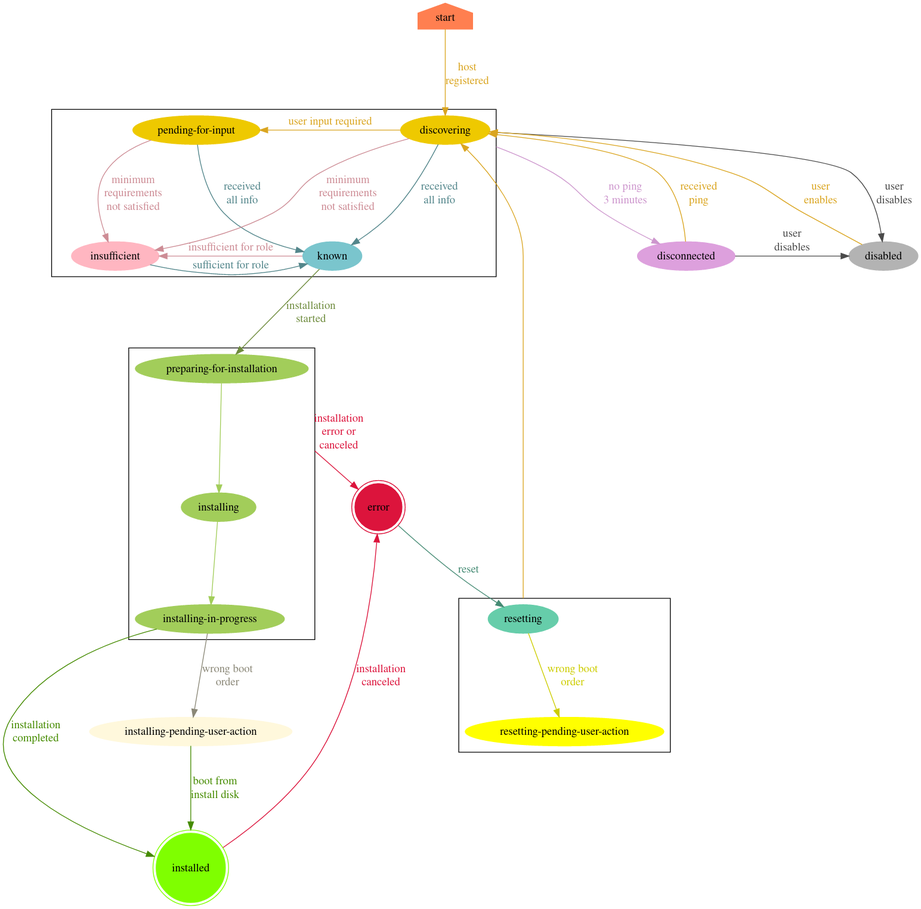
Above: docs/HostStatus.png in openshift/assisted-service (Graphviz), before the change. Its source is kept beside it as docs/HostStatus.dot.
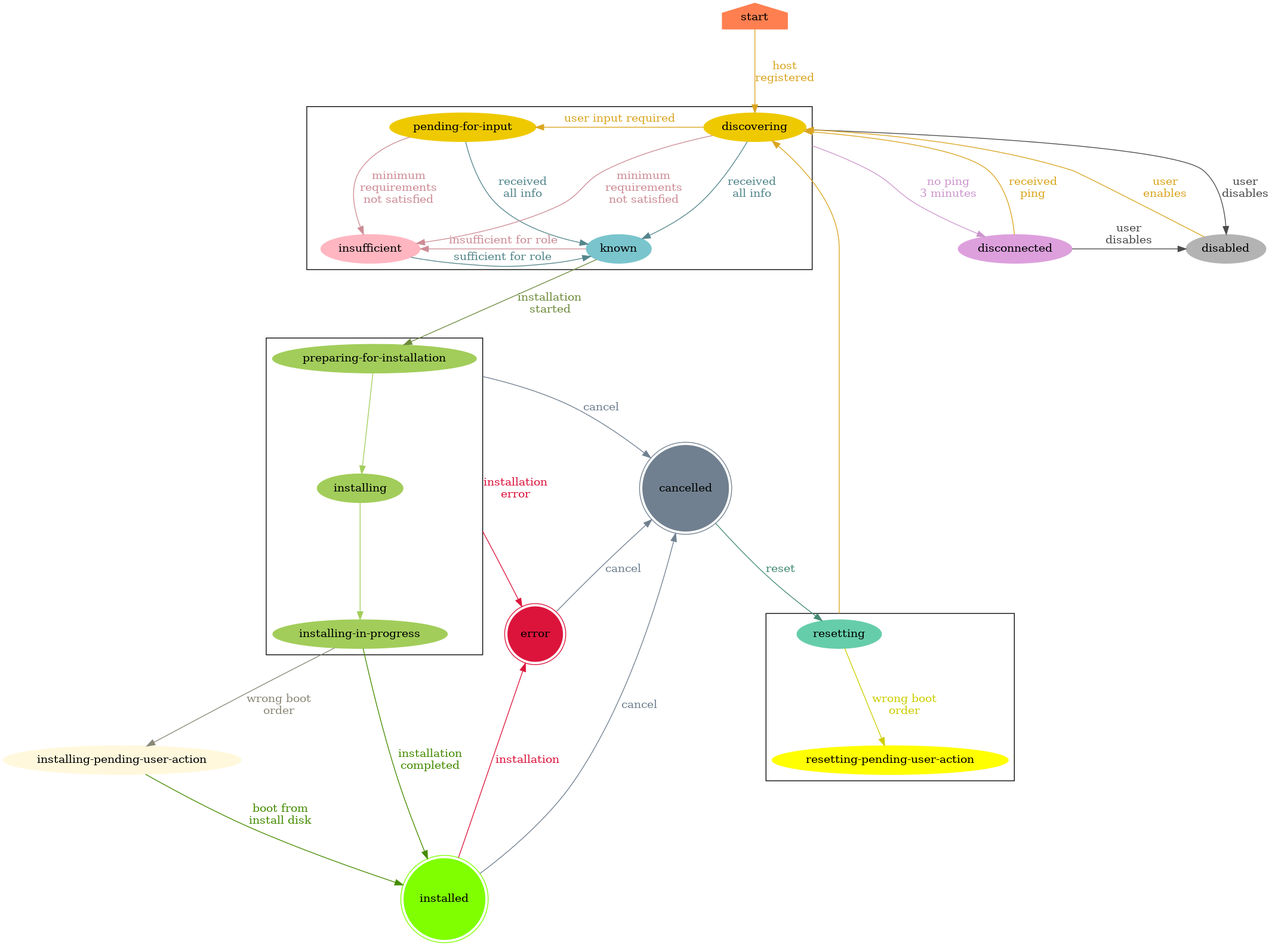
The same diagram one commit later.

The edit, as a diff of the source:
```diff
@@ -21,6 +21,7 @@
     "installing-pending-user-action" [color = cornsilk]
     installed [shape = doublecircle, color = chartreuse];
     error [shape = doublecircle, color = crimson];
+    cancelled [shape = doublecircle, color = slategray];
     subgraph cluster_level3 {
         resetting [color = aquamarine3]
         "resetting-pending-user-action" [color = yellow]
@@ -48,7 +49,8 @@
     insufficient -> known [label = "sufficient for role", color=cadetblue4, fontcolor=cadetblue4];
 
     "preparing-for-installation" -> installing [color=darkolivegreen3];
-    "preparing-for-installation" -> error [label = "installation\nerror or\ncanceled", color=crimson, fontcolor=crimson, ltail = cluster_level2];
+    "preparing-for-installation" -> error [label = "installation\nerror", color=crimson, fontcolor=crimson, ltail = cluster_level2];
+    "preparing-for-installation" -> cancelled [label = "cancel", color=slategray, fontcolor=slategray, ltail = cluster_level2];
 
     installing -> "installing-in-progress" [color=darkolivegreen3];
 
@@ -57,12 +59,15 @@
 
     "installing-pending-user-action" -> installed [label = "boot from\ninstall disk", color=chartreuse4, fontcolor=chartreuse4];
 
-    error -> resetting [label = "reset", color=aquamarine4, fontcolor=aquamarine4];
+    cancelled -> resetting [label = "reset", color=aquamarine4, fontcolor=aquamarine4];
 
     resetting -> discovering [color=goldenrod, fontcolor=goldenrod, ltail = cluster_level3];
     resetting -> "resetting-pending-user-action" [label = "wrong boot\norder", color=yellow3, fontcolor=yellow3];
 
-    installed -> error [label = "installation\ncanceled", color=crimson, fontcolor=crimson, ltail = cluster_level2];
+    installed -> error [label = "installation", color=crimson, fontcolor=crimson, ltail = cluster_level2];
+    installed-> cancelled [label = "cancel", color=slategray, fontcolor=slategray, ltail = cluster_level2];
+
+    error -> cancelled [label = "cancel", color=slategray, fontcolor=slategray, ltail = cluster_level2];
 
     {rank=min; start}
     {rank=max; installed}
```
